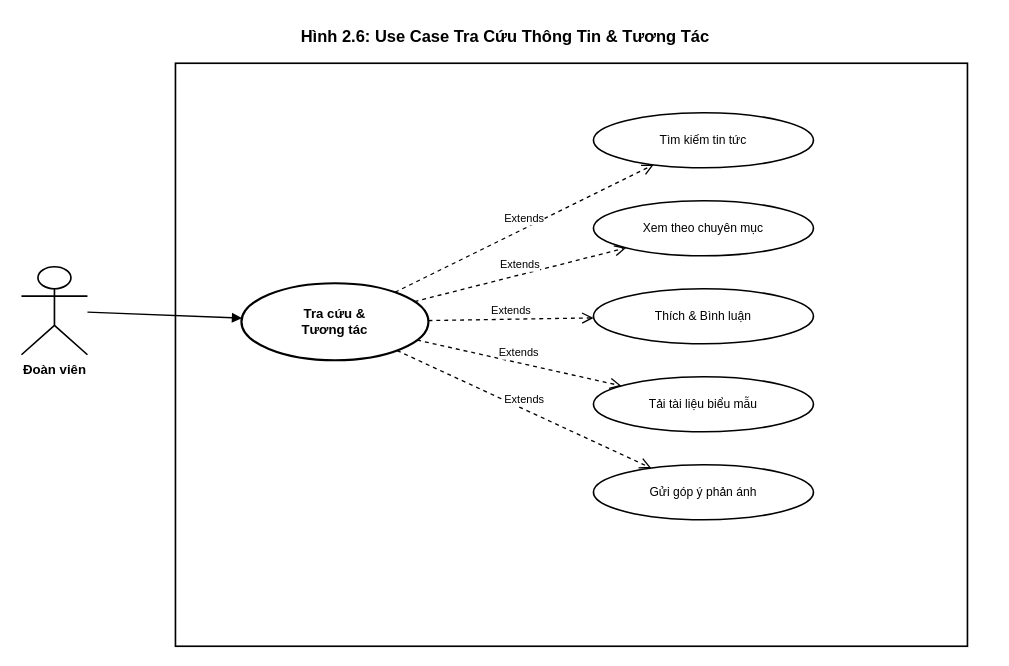
The draw.io diagram docs/diagrams/UC6_Tra_cuu_Tuong_tac.drawio in t5ry7y88889/CongDoanTDMU, before the edit. Source tidied: cells renumbered, new cells numbered last; positions are measured from the earlier drawing's top-left corner, leaving out a move shared by most shapes. Both pictures are drawn from the tidied source at 110%, with x=0, y=0 at pixel (21, 19).
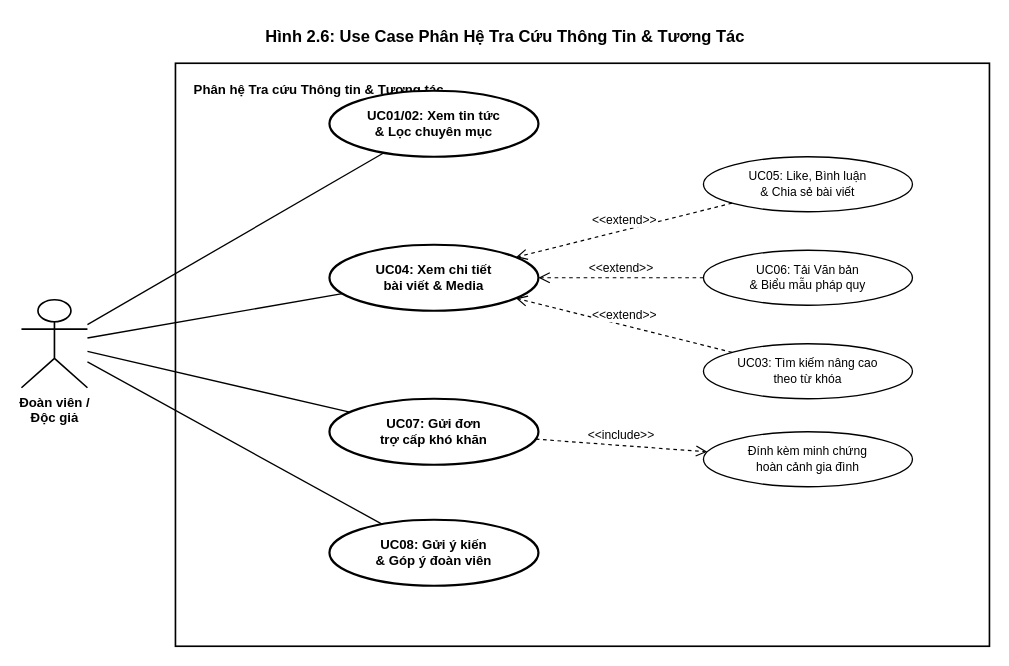
The same diagram, later.

Diff of the diagram source:
```diff
@@
-    <mxCell id="2" value="Hình 2.6: Use Case Tra Cứu Thông Tin &amp; Tương Tác" style="text;html=1;strokeColor=none;fillColor=none;align=center;verticalAlign=middle;whiteSpace=wrap;fontStyle=1;fontSize=15;fontColor=#000000;fontFamily=Arial;" parent="1" vertex="1">
-      <mxGeometry x="90" width="700" height="30" as="geometry" />
-    </mxCell>
-    <mxCell id="3" style="rounded=0;whiteSpace=wrap;html=1;fillColor=none;strokeColor=#000000;strokeWidth=1.5;verticalAlign=top;fontStyle=1;fontSize=13;fontColor=#000000;fontFamily=Arial;" parent="1" vertex="1">
-      <mxGeometry x="140" y="40" width="720" height="530" as="geometry" />
-    </mxCell>
-    <mxCell id="4" value="Đoàn viên" style="shape=umlActor;verticalLabelPosition=bottom;verticalAlign=top;html=1;outlineConnect=0;fillColor=#ffffff;strokeColor=#000000;strokeWidth=1.5;fontStyle=1;fontSize=12;fontColor=#000000;fontFamily=Arial;" parent="1" vertex="1">
-      <mxGeometry y="225" width="60" height="80" as="geometry" />
-    </mxCell>
-    <mxCell id="5" value="Tra cứu &amp;&#10;Tương tác" style="ellipse;whiteSpace=wrap;html=1;fillColor=#ffffff;strokeColor=#000000;strokeWidth=2;fontStyle=1;fontSize=12;fontColor=#000000;fontFamily=Arial;" parent="1" vertex="1">
-      <mxGeometry x="200" y="240" width="170" height="70" as="geometry" />
-    </mxCell>
-    <mxCell id="6" style="endArrow=block;endFill=1;strokeWidth=1.2;strokeColor=#000000;" parent="1" edge="1" source="4" target="5">
-      <mxGeometry relative="1" as="geometry" />
-    </mxCell>
-    <mxCell id="7" value="Tìm kiếm tin tức" style="ellipse;whiteSpace=wrap;html=1;fillColor=#ffffff;strokeColor=#000000;strokeWidth=1.5;fontStyle=0;fontSize=11;fontColor=#000000;fontFamily=Arial;" parent="1" vertex="1">
-      <mxGeometry x="520" y="85" width="200" height="50" as="geometry" />
-    </mxCell>
-    <mxCell id="8" value="Extends" style="html=1;verticalAlign=bottom;endArrow=open;dashed=1;endSize=8;rounded=0;strokeWidth=1.2;strokeColor=#000000;fontSize=10;fontColor=#000000;fontFamily=Arial;" parent="1" edge="1" source="5" target="7">
-      <mxGeometry relative="1" as="geometry" />
-    </mxCell>
-    <mxCell id="9" value="Xem theo chuyên mục" style="ellipse;whiteSpace=wrap;html=1;fillColor=#ffffff;strokeColor=#000000;strokeWidth=1.5;fontStyle=0;fontSize=11;fontColor=#000000;fontFamily=Arial;" parent="1" vertex="1">
-      <mxGeometry x="520" y="165" width="200" height="50" as="geometry" />
-    </mxCell>
-    <mxCell id="10" value="Extends" style="html=1;verticalAlign=bottom;endArrow=open;dashed=1;endSize=8;rounded=0;strokeWidth=1.2;strokeColor=#000000;fontSize=10;fontColor=#000000;fontFamily=Arial;" parent="1" edge="1" source="5" target="9">
-      <mxGeometry relative="1" as="geometry" />
-    </mxCell>
-    <mxCell id="11" value="Thích &amp; Bình luận" style="ellipse;whiteSpace=wrap;html=1;fillColor=#ffffff;strokeColor=#000000;strokeWidth=1.5;fontStyle=0;fontSize=11;fontColor=#000000;fontFamily=Arial;" parent="1" vertex="1">
-      <mxGeometry x="520" y="245" width="200" height="50" as="geometry" />
-    </mxCell>
-    <mxCell id="12" value="Extends" style="html=1;verticalAlign=bottom;endArrow=open;dashed=1;endSize=8;rounded=0;strokeWidth=1.2;strokeColor=#000000;fontSize=10;fontColor=#000000;fontFamily=Arial;" parent="1" edge="1" source="5" target="11">
-      <mxGeometry relative="1" as="geometry" />
-    </mxCell>
-    <mxCell id="13" value="Tải tài liệu biểu mẫu" style="ellipse;whiteSpace=wrap;html=1;fillColor=#ffffff;strokeColor=#000000;strokeWidth=1.5;fontStyle=0;fontSize=11;fontColor=#000000;fontFamily=Arial;" parent="1" vertex="1">
-      <mxGeometry x="520" y="325" width="200" height="50" as="geometry" />
-    </mxCell>
-    <mxCell id="14" value="Extends" style="html=1;verticalAlign=bottom;endArrow=open;dashed=1;endSize=8;rounded=0;strokeWidth=1.2;strokeColor=#000000;fontSize=10;fontColor=#000000;fontFamily=Arial;" parent="1" edge="1" source="5" target="13">
-      <mxGeometry relative="1" as="geometry" />
-    </mxCell>
-    <mxCell id="15" value="Gửi góp ý phản ánh" style="ellipse;whiteSpace=wrap;html=1;fillColor=#ffffff;strokeColor=#000000;strokeWidth=1.5;fontStyle=0;fontSize=11;fontColor=#000000;fontFamily=Arial;" parent="1" vertex="1">
-      <mxGeometry x="520" y="405" width="200" height="50" as="geometry" />
-    </mxCell>
-    <mxCell id="16" value="Extends" style="html=1;verticalAlign=bottom;endArrow=open;dashed=1;endSize=8;rounded=0;strokeWidth=1.2;strokeColor=#000000;fontSize=10;fontColor=#000000;fontFamily=Arial;" parent="1" edge="1" source="5" target="15">
-      <mxGeometry relative="1" as="geometry" />
-    </mxCell>
+    <mxCell id="17" value="Hình 2.6: Use Case Phân Hệ Tra Cứu Thông Tin &amp; Tương Tác" style="text;html=1;strokeColor=none;fillColor=none;align=center;verticalAlign=middle;whiteSpace=wrap;fontStyle=1;fontSize=15;fontColor=#000000;fontFamily=Arial;" parent="1" vertex="1">
+      <mxGeometry x="90" width="700" height="30" as="geometry" />
+    </mxCell>
+    <mxCell id="18" value="Phân hệ Tra cứu Thông tin &amp; Tương tác" style="rounded=0;whiteSpace=wrap;html=1;fillColor=none;strokeColor=#000000;strokeWidth=1.5;verticalAlign=top;align=left;spacingLeft=15;spacingTop=10;fontStyle=1;fontSize=12;fontColor=#000000;fontFamily=Arial;" parent="1" vertex="1">
+      <mxGeometry x="140" y="40" width="740" height="530" as="geometry" />
+    </mxCell>
+    <mxCell id="19" value="Đoàn viên /&#10;Độc giả" style="shape=umlActor;verticalLabelPosition=bottom;verticalAlign=top;html=1;outlineConnect=0;fillColor=#ffffff;strokeColor=#000000;strokeWidth=1.5;fontStyle=1;fontSize=12;fontColor=#000000;fontFamily=Arial;" parent="1" vertex="1">
+      <mxGeometry y="255" width="60" height="80" as="geometry" />
+    </mxCell>
+    <mxCell id="20" value="UC01/02: Xem tin tức&#10;&amp; Lọc chuyên mục" style="ellipse;whiteSpace=wrap;html=1;fillColor=#ffffff;strokeColor=#000000;strokeWidth=2;fontStyle=1;fontSize=12;fontColor=#000000;fontFamily=Arial;" parent="1" vertex="1">
+      <mxGeometry x="280" y="65" width="190" height="60" as="geometry" />
+    </mxCell>
+    <mxCell id="21" value="UC04: Xem chi tiết&#10;bài viết &amp; Media" style="ellipse;whiteSpace=wrap;html=1;fillColor=#ffffff;strokeColor=#000000;strokeWidth=2;fontStyle=1;fontSize=12;fontColor=#000000;fontFamily=Arial;" parent="1" vertex="1">
+      <mxGeometry x="280" y="205" width="190" height="60" as="geometry" />
+    </mxCell>
+    <mxCell id="22" value="UC07: Gửi đơn&#10;trợ cấp khó khăn" style="ellipse;whiteSpace=wrap;html=1;fillColor=#ffffff;strokeColor=#000000;strokeWidth=2;fontStyle=1;fontSize=12;fontColor=#000000;fontFamily=Arial;" parent="1" vertex="1">
+      <mxGeometry x="280" y="345" width="190" height="60" as="geometry" />
+    </mxCell>
+    <mxCell id="23" value="UC08: Gửi ý kiến&#10;&amp; Góp ý đoàn viên" style="ellipse;whiteSpace=wrap;html=1;fillColor=#ffffff;strokeColor=#000000;strokeWidth=2;fontStyle=1;fontSize=12;fontColor=#000000;fontFamily=Arial;" parent="1" vertex="1">
+      <mxGeometry x="280" y="455" width="190" height="60" as="geometry" />
+    </mxCell>
+    <mxCell id="24" style="endArrow=none;html=1;strokeWidth=1.2;strokeColor=#000000;" parent="1" edge="1" source="19" target="20">
+      <mxGeometry relative="1" as="geometry" />
+    </mxCell>
+    <mxCell id="25" style="endArrow=none;html=1;strokeWidth=1.2;strokeColor=#000000;" parent="1" edge="1" source="19" target="21">
+      <mxGeometry relative="1" as="geometry" />
+    </mxCell>
+    <mxCell id="26" style="endArrow=none;html=1;strokeWidth=1.2;strokeColor=#000000;" parent="1" edge="1" source="19" target="22">
+      <mxGeometry relative="1" as="geometry" />
+    </mxCell>
+    <mxCell id="27" style="endArrow=none;html=1;strokeWidth=1.2;strokeColor=#000000;" parent="1" edge="1" source="19" target="23">
+      <mxGeometry relative="1" as="geometry" />
+    </mxCell>
+    <mxCell id="28" value="UC05: Like, Bình luận&#10;&amp; Chia sẻ bài viết" style="ellipse;whiteSpace=wrap;html=1;fillColor=#ffffff;strokeColor=#000000;strokeWidth=1.2;fontStyle=0;fontSize=11;fontColor=#000000;fontFamily=Arial;" parent="1" vertex="1">
+      <mxGeometry x="620" y="125" width="190" height="50" as="geometry" />
+    </mxCell>
+    <mxCell id="29" value="UC06: Tải Văn bản&#10;&amp; Biểu mẫu pháp quy" style="ellipse;whiteSpace=wrap;html=1;fillColor=#ffffff;strokeColor=#000000;strokeWidth=1.2;fontStyle=0;fontSize=11;fontColor=#000000;fontFamily=Arial;" parent="1" vertex="1">
+      <mxGeometry x="620" y="210" width="190" height="50" as="geometry" />
+    </mxCell>
+    <mxCell id="30" value="UC03: Tìm kiếm nâng cao&#10;theo từ khóa" style="ellipse;whiteSpace=wrap;html=1;fillColor=#ffffff;strokeColor=#000000;strokeWidth=1.2;fontStyle=0;fontSize=11;fontColor=#000000;fontFamily=Arial;" parent="1" vertex="1">
+      <mxGeometry x="620" y="295" width="190" height="50" as="geometry" />
+    </mxCell>
+    <mxCell id="31" value="Đính kèm minh chứng&#10;hoàn cảnh gia đình" style="ellipse;whiteSpace=wrap;html=1;fillColor=#ffffff;strokeColor=#000000;strokeWidth=1.2;fontStyle=0;fontSize=11;fontColor=#000000;fontFamily=Arial;" parent="1" vertex="1">
+      <mxGeometry x="620" y="375" width="190" height="50" as="geometry" />
+    </mxCell>
+    <mxCell id="32" value="&amp;lt;&amp;lt;extend&amp;gt;&amp;gt;" style="html=1;verticalAlign=bottom;endArrow=open;dashed=1;endSize=8;strokeWidth=1.1;strokeColor=#000000;fontSize=11;fontColor=#000000;fontFamily=Arial;labelBackgroundColor=#ffffff;" parent="1" edge="1" source="28" target="21">
+      <mxGeometry relative="1" as="geometry" />
+    </mxCell>
+    <mxCell id="33" value="&amp;lt;&amp;lt;extend&amp;gt;&amp;gt;" style="html=1;verticalAlign=bottom;endArrow=open;dashed=1;endSize=8;strokeWidth=1.1;strokeColor=#000000;fontSize=11;fontColor=#000000;fontFamily=Arial;labelBackgroundColor=#ffffff;" parent="1" edge="1" source="29" target="21">
+      <mxGeometry relative="1" as="geometry" />
+    </mxCell>
+    <mxCell id="34" value="&amp;lt;&amp;lt;extend&amp;gt;&amp;gt;" style="html=1;verticalAlign=bottom;endArrow=open;dashed=1;endSize=8;strokeWidth=1.1;strokeColor=#000000;fontSize=11;fontColor=#000000;fontFamily=Arial;labelBackgroundColor=#ffffff;" parent="1" edge="1" source="30" target="21">
+      <mxGeometry relative="1" as="geometry" />
+    </mxCell>
+    <mxCell id="35" value="&amp;lt;&amp;lt;include&amp;gt;&amp;gt;" style="html=1;verticalAlign=bottom;endArrow=open;dashed=1;endSize=8;strokeWidth=1.1;strokeColor=#000000;fontSize=11;fontColor=#000000;fontFamily=Arial;labelBackgroundColor=#ffffff;" parent="1" edge="1" source="22" target="31">
+      <mxGeometry relative="1" as="geometry" />
+    </mxCell>
```
